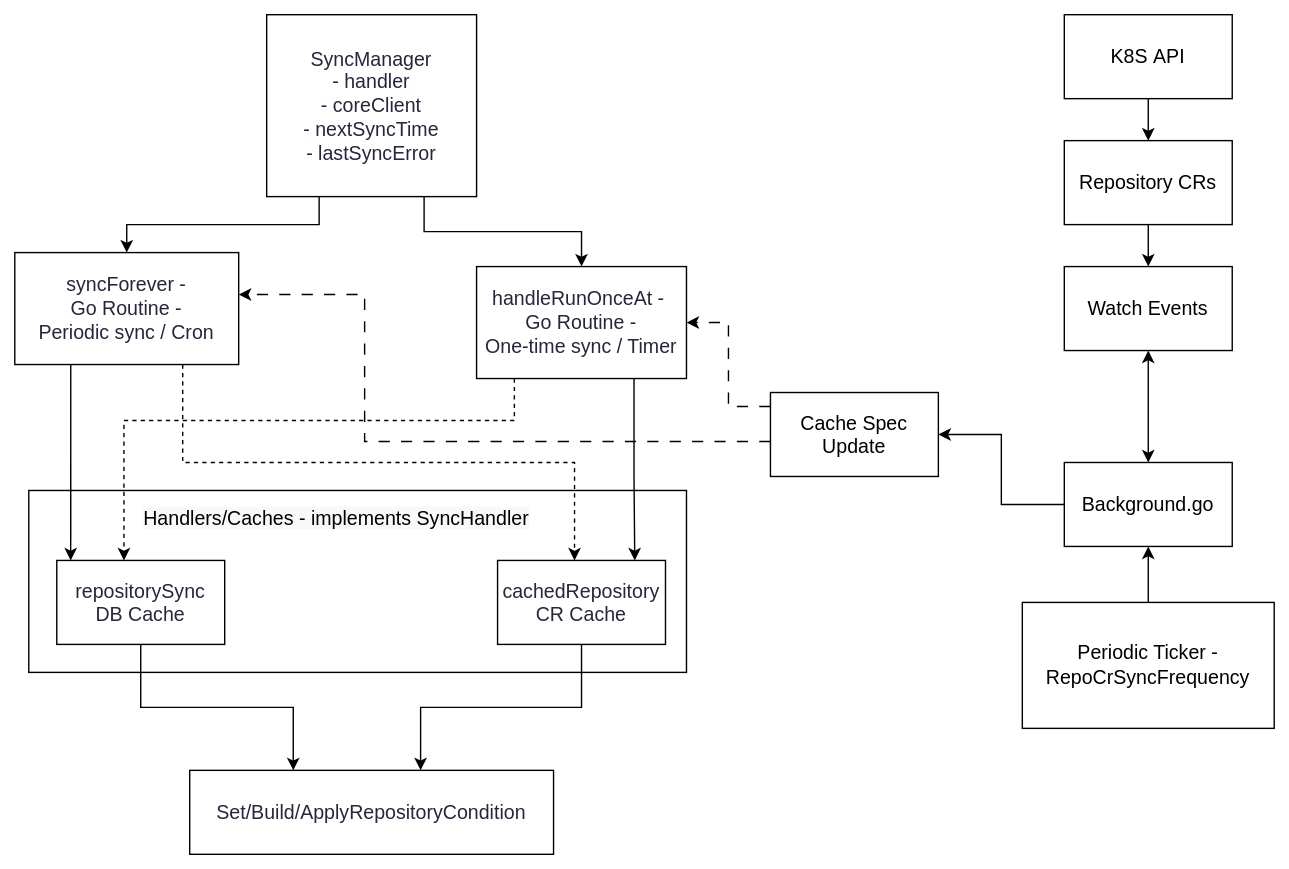
nephio-project/docs keeps this draw.io diagram as static/images/porch/repository-sync.svg. Above is the earlier version. Source tidied: cells renumbered, new cells last; positions are measured from the earlier drawing's top-left corner, leaving out a move shared by most shapes.
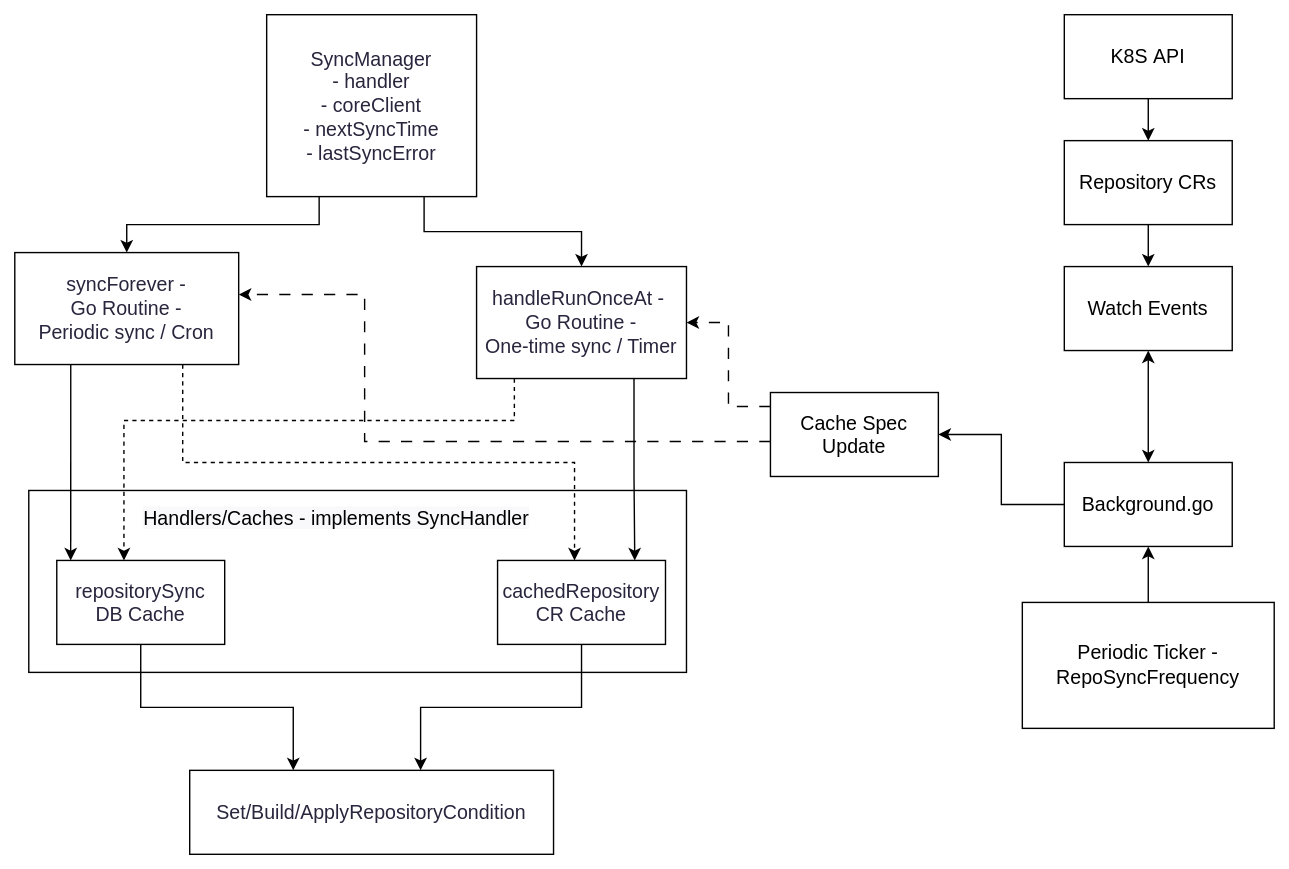
Later version of the same file.

Commit message:
Update repo sync docs

What changed in the source:
```diff
@@ -112,7 +112,7 @@
     <mxCell id="26" style="edgeStyle=orthogonalEdgeStyle;rounded=0;jettySize=auto;html=1;" parent="1" edge="1" source="27" target="25">
       <mxGeometry relative="1" as="geometry" />
     </mxCell>
-    <mxCell id="27" value="&lt;span style=&quot;font-size: 14px;&quot;&gt;Periodic Ticker -&lt;/span&gt;&lt;font face=&quot;Consolas, Courier New, monospace&quot; color=&quot;#cccccc&quot;&gt;&lt;span style=&quot;font-size: 14px; white-space: pre; background-color: rgb(31, 31, 31);&quot;&gt;&lt;br&gt;&lt;/span&gt;&lt;/font&gt;&lt;div&gt;&lt;span style=&quot;font-size: 14px;&quot;&gt;RepoCrSyncFrequency&lt;/span&gt;&lt;/div&gt;" style="whiteSpace=wrap;html=1;" parent="1" vertex="1">
+    <mxCell id="27" value="&lt;span style=&quot;font-size: 14px;&quot;&gt;Periodic Ticker -&lt;/span&gt;&lt;font face=&quot;Consolas, Courier New, monospace&quot; color=&quot;#cccccc&quot;&gt;&lt;span style=&quot;font-size: 14px; white-space: pre; background-color: rgb(31, 31, 31);&quot;&gt;&lt;br&gt;&lt;/span&gt;&lt;/font&gt;&lt;div&gt;&lt;span style=&quot;font-size: 14px;&quot;&gt;RepoSyncFrequency&lt;/span&gt;&lt;/div&gt;" style="whiteSpace=wrap;html=1;" parent="1" vertex="1">
       <mxGeometry x="720" y="420" width="180" height="90" as="geometry" />
     </mxCell>
     <mxCell id="28" style="endArrow=classic;startArrow=classic;html=1;rounded=0;entryX=0.5;entryY=1;entryDx=0;entryDy=0;exitX=0.5;exitY=0;exitDx=0;exitDy=0;" parent="1" edge="1" source="25" target="20">
```
